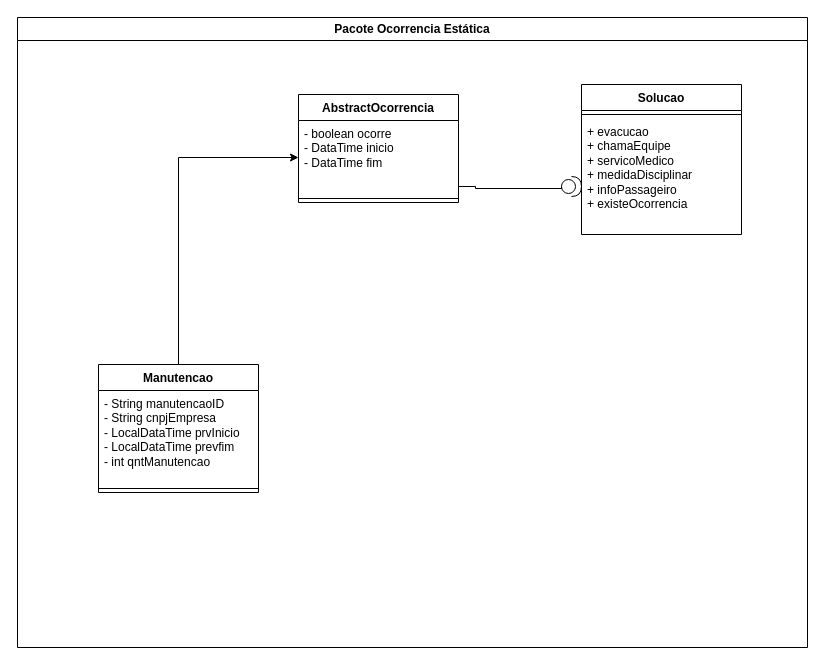
Above: page "Ocorrencia Estática" (1 of 4) of modelagemMalhaFerroviaria.drawio in mariaalicen/DiagramasUML (draw.io), before the change. Source tidied: cells renumbered, new cells numbered last; positions are measured from the earlier drawing's top-left corner, leaving out a move shared by most shapes. Both pictures are drawn from the tidied source at 100%, with x=0, y=0 at pixel (17, 17).
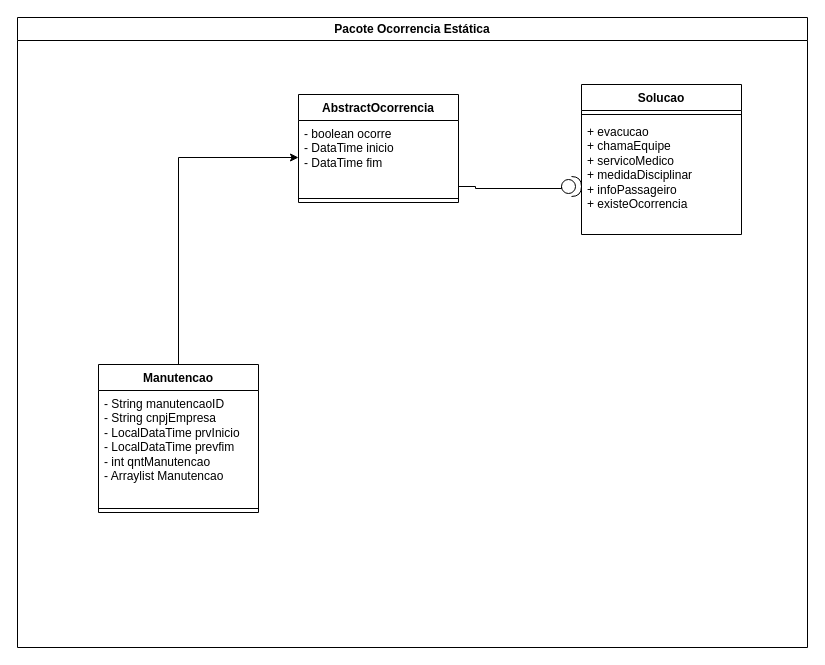
Above is the later version.

What changed in the source:
```diff
@@
 <mxGraphModel>
   <root>
     <mxCell id="0" />
     <mxCell id="1" parent="0" />
     <mxCell id="2" value="Solucao" style="swimlane;fontStyle=1;align=center;verticalAlign=top;horizontal=1;startSize=26;whiteSpace=wrap;html=1;" parent="1" vertex="1">
       <mxGeometry x="564" y="67" width="160" height="150" as="geometry" />
     </mxCell>
     <mxCell id="3" style="line;strokeWidth=1;fillColor=none;align=left;verticalAlign=middle;spacingTop=-1;spacingLeft=3;spacingRight=3;labelPosition=right;strokeColor=inherit;" parent="2" vertex="1">
       <mxGeometry y="26" width="160" height="8" as="geometry" />
     </mxCell>
     <mxCell id="4" value="+ evacucao&lt;div&gt;+ chamaEquipe&lt;/div&gt;&lt;div&gt;+ servicoMedico&amp;nbsp;&lt;/div&gt;&lt;div&gt;+ medidaDisciplinar&lt;/div&gt;&lt;div&gt;+ infoPassageiro&lt;/div&gt;&lt;div&gt;+ existeOcorrencia&lt;/div&gt;" style="text;strokeColor=none;fillColor=none;align=left;verticalAlign=top;spacingLeft=4;spacingRight=4;overflow=hidden;whiteSpace=wrap;html=1;" parent="2" vertex="1">
       <mxGeometry y="34" width="160" height="116" as="geometry" />
     </mxCell>
     <mxCell id="5" value="Pacote Ocorrencia Estática" style="swimlane;whiteSpace=wrap;html=1;" parent="1" vertex="1">
       <mxGeometry width="790" height="630" as="geometry" />
     </mxCell>
     <mxCell id="6" style="edgeStyle=orthogonalEdgeStyle;rounded=0;jettySize=auto;html=1;exitX=0.5;exitY=0;exitDx=0;exitDy=0;" parent="5" edge="1" source="7" target="11">
       <mxGeometry relative="1" as="geometry" />
     </mxCell>
     <mxCell id="7" value="Manutencao" style="swimlane;fontStyle=1;align=center;verticalAlign=top;horizontal=1;startSize=26;whiteSpace=wrap;html=1;" parent="5" vertex="1">
-      <mxGeometry x="81" y="347" width="160" height="128" as="geometry" />
+      <mxGeometry x="81" y="347" width="160" height="148" as="geometry" />
     </mxCell>
-    <mxCell id="8" value="- String manutencaoID&lt;div&gt;&lt;span style=&quot;background-color: initial;&quot;&gt;- String cnpjEmpresa&lt;/span&gt;&lt;/div&gt;&lt;div&gt;&lt;span style=&quot;background-color: initial;&quot;&gt;- LocalDataTime prvInicio&lt;/span&gt;&lt;/div&gt;&lt;div&gt;&lt;span style=&quot;background-color: initial;&quot;&gt;- LocalDataTime prevfim&lt;/span&gt;&lt;/div&gt;&lt;div&gt;&lt;span style=&quot;background-color: initial;&quot;&gt;- int qntManutencao&lt;/span&gt;&lt;/div&gt;" style="text;strokeColor=none;fillColor=none;align=left;verticalAlign=top;spacingLeft=4;spacingRight=4;overflow=hidden;whiteSpace=wrap;html=1;" parent="7" vertex="1">
-      <mxGeometry y="26" width="160" height="94" as="geometry" />
+    <mxCell id="8" value="- String manutencaoID&lt;div&gt;&lt;span style=&quot;background-color: initial;&quot;&gt;- String cnpjEmpresa&lt;/span&gt;&lt;/div&gt;&lt;div&gt;&lt;span style=&quot;background-color: initial;&quot;&gt;- LocalDataTime prvInicio&lt;/span&gt;&lt;/div&gt;&lt;div&gt;&lt;span style=&quot;background-color: initial;&quot;&gt;- LocalDataTime prevfim&lt;/span&gt;&lt;/div&gt;&lt;div&gt;&lt;span style=&quot;background-color: initial;&quot;&gt;- int qntManutencao&lt;/span&gt;&lt;/div&gt;&lt;div&gt;&lt;span style=&quot;background-color: initial;&quot;&gt;- Arraylist Manutencao&lt;/span&gt;&lt;/div&gt;" style="text;strokeColor=none;fillColor=none;align=left;verticalAlign=top;spacingLeft=4;spacingRight=4;overflow=hidden;whiteSpace=wrap;html=1;" parent="7" vertex="1">
+      <mxGeometry y="26" width="160" height="114" as="geometry" />
     </mxCell>
     <mxCell id="9" style="line;strokeWidth=1;fillColor=none;align=left;verticalAlign=middle;spacingTop=-1;spacingLeft=3;spacingRight=3;labelPosition=right;strokeColor=inherit;" parent="7" vertex="1">
-      <mxGeometry y="120" width="160" height="8" as="geometry" />
+      <mxGeometry y="140" width="160" height="8" as="geometry" />
     </mxCell>
     <mxCell id="10" value="AbstractOcorrencia" style="swimlane;fontStyle=1;align=center;verticalAlign=top;horizontal=1;startSize=26;whiteSpace=wrap;html=1;" parent="5" vertex="1">
       <mxGeometry x="281" y="77" width="160" height="108" as="geometry" />
     </mxCell>
     <mxCell id="11" value="- boolean ocorre&amp;nbsp;&lt;div&gt;- DataTime inicio&amp;nbsp;&lt;/div&gt;&lt;div&gt;- DataTime fim&lt;span style=&quot;background-color: initial;&quot;&gt;&amp;nbsp;&lt;/span&gt;&lt;/div&gt;" style="text;strokeColor=none;fillColor=none;align=left;verticalAlign=top;spacingLeft=4;spacingRight=4;overflow=hidden;points=[[0,0.5],[1,0.5]];portConstraint=eastwest;whiteSpace=wrap;html=1;" parent="10" vertex="1">
       <mxGeometry y="26" width="160" height="74" as="geometry" />
     </mxCell>
     <mxCell id="12" style="line;strokeWidth=1;fillColor=none;align=left;verticalAlign=middle;spacingTop=-1;spacingLeft=3;spacingRight=3;labelPosition=right;strokeColor=inherit;" parent="10" vertex="1">
       <mxGeometry y="100" width="160" height="8" as="geometry" />
     </mxCell>
     <mxCell id="13" style="shape=providedRequiredInterface;html=1;verticalLabelPosition=bottom;sketch=0;" parent="5" vertex="1">
       <mxGeometry x="544" y="159" width="20" height="20" as="geometry" />
     </mxCell>
     <mxCell id="14" style="edgeStyle=orthogonalEdgeStyle;rounded=0;jettySize=auto;html=1;exitX=0;exitY=0.5;exitDx=0;exitDy=0;exitPerimeter=0;entryX=1;entryY=0.5;entryDx=0;entryDy=0;endArrow=none;endFill=0;" parent="5" edge="1" source="13" target="11">
       <mxGeometry relative="1" as="geometry">
         <Array as="points">
           <mxPoint x="544" y="171" />
           <mxPoint x="458" y="171" />
           <mxPoint x="458" y="169" />
         </Array>
       </mxGeometry>
     </mxCell>
   </root>
 </mxGraphModel>
```
